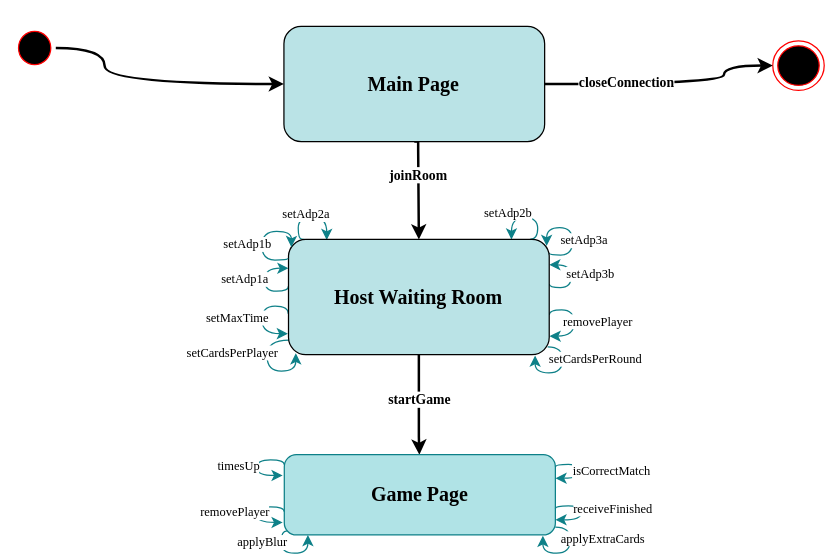
ximenaGdur/Lince-Web-App keeps this draw.io diagram as design/images/automata/automataServer.svg. Above is the earlier version. Source tidied: cells renumbered, new cells last; positions are measured from the earlier drawing's top-left corner, leaving out a move shared by most shapes.
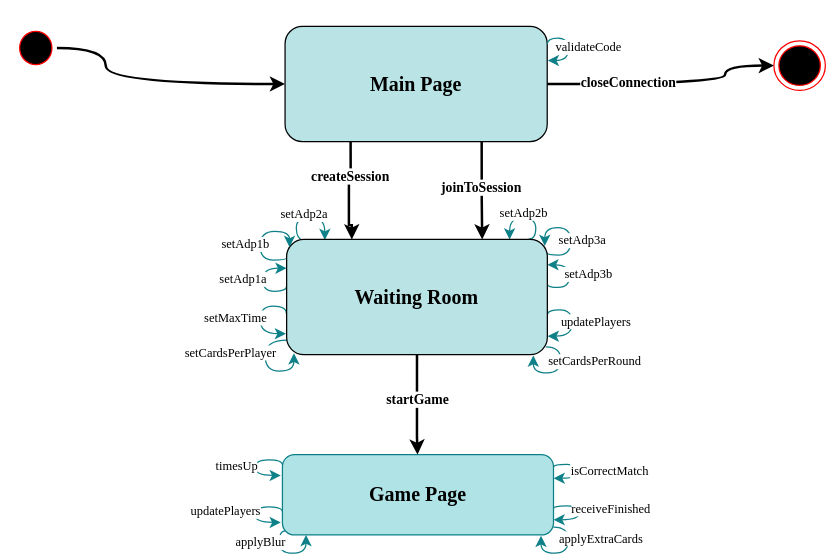
The same file after the commit.

The edit, as a diff of the source:
```diff
@@ -2,13 +2,13 @@
   <root>
     <mxCell id="0" />
     <mxCell id="1" parent="0" />
-    <mxCell id="2" style="rounded=0;jettySize=auto;html=1;exitX=0.5;exitY=1;exitDx=0;exitDy=0;fontFamily=Times New Roman;fontSize=8;edgeStyle=orthogonalEdgeStyle;strokeWidth=2;entryX=0.5;entryY=0;entryDx=0;entryDy=0;" parent="1" edge="1" source="44" target="20">
+    <mxCell id="2" style="rounded=0;jettySize=auto;html=1;exitX=0.25;exitY=1;exitDx=0;exitDy=0;fontFamily=Times New Roman;fontSize=8;edgeStyle=orthogonalEdgeStyle;strokeWidth=2;entryX=0.25;entryY=0;entryDx=0;entryDy=0;" parent="1" edge="1" source="44" target="20">
       <mxGeometry relative="1" as="geometry">
         <Array as="points">
-          <mxPoint x="324" y="110" />
-          <mxPoint x="324" y="110" />
-          <mxPoint x="324" y="120" />
-          <mxPoint x="325" y="120" />
+          <mxPoint x="271" y="140" />
+          <mxPoint x="270" y="140" />
+          <mxPoint x="270" y="180" />
+          <mxPoint x="272" y="180" />
         </Array>
       </mxGeometry>
     </mxCell>
@@ -17,8 +17,10 @@
         <mxPoint x="9" y="88" as="offset" />
       </mxGeometry>
     </mxCell>
-    <mxCell id="4" value="&lt;b&gt;&lt;font face=&quot;Times New Roman&quot;&gt;joinRoom&lt;/font&gt;&lt;/b&gt;" style="edgeLabel;html=1;align=center;verticalAlign=middle;" parent="2" vertex="1">
-      <mxGeometry x="-0.19" y="-1" relative="1" as="geometry" />
+    <mxCell id="4" value="&lt;b&gt;&lt;font face=&quot;Times New Roman&quot;&gt;createSession&lt;/font&gt;&lt;/b&gt;" style="edgeLabel;html=1;align=center;verticalAlign=middle;" parent="2" vertex="1">
+      <mxGeometry x="-0.19" y="-1" relative="1" as="geometry">
+        <mxPoint x="2" y="-4" as="offset" />
+      </mxGeometry>
     </mxCell>
     <mxCell id="5" style="rounded=0;jettySize=auto;html=1;exitX=0.5;exitY=1;exitDx=0;exitDy=0;fontFamily=Times New Roman;fontSize=8;edgeStyle=orthogonalEdgeStyle;strokeWidth=2;entryX=0.5;entryY=0;entryDx=0;entryDy=0;" parent="1" edge="1" source="20" target="31">
       <mxGeometry relative="1" as="geometry">
@@ -112,7 +114,7 @@
       </mxGeometry>
     </mxCell>
     <mxCell id="16" value="&lt;div style=&quot;font-size: 10px;&quot;&gt;setAdp2b&lt;br style=&quot;font-size: 10px;&quot;&gt;&lt;/div&gt;" style="edgeLabel;html=1;align=center;verticalAlign=middle;fontSize=10;fontFamily=Times New Roman;" parent="7" vertex="1">
-      <mxGeometry x="221" as="geometry" />
+      <mxGeometry x="235.2" as="geometry" />
     </mxCell>
     <mxCell id="17" value="setMaxTime" style="edgeLabel;html=1;align=center;verticalAlign=middle;fontSize=10;fontFamily=Times New Roman;labelBackgroundColor=default;" parent="7" vertex="1">
       <mxGeometry x="5" y="86" as="geometry">
@@ -133,10 +135,10 @@
     <mxCell id="19" value="setAdp1a" style="edgeLabel;html=1;align=center;verticalAlign=middle;fontSize=10;fontFamily=Times New Roman;" parent="7" vertex="1">
       <mxGeometry x="10" y="53" as="geometry" />
     </mxCell>
-    <mxCell id="20" value="&lt;font style=&quot;font-size: 16px;&quot;&gt;Host Waiting Room&lt;/font&gt;" style="shape=rect;rounded=1;html=1;whiteSpace=wrap;align=center;fillColor=#BAE3E6;fontFamily=Times New Roman;fontSize=16;fontStyle=1;" parent="7" vertex="1">
+    <mxCell id="20" value="&lt;font style=&quot;font-size: 16px;&quot;&gt;Waiting Room&lt;/font&gt;" style="shape=rect;rounded=1;html=1;whiteSpace=wrap;align=center;fillColor=#BAE3E6;fontFamily=Times New Roman;fontSize=16;fontStyle=1;" parent="7" vertex="1">
       <mxGeometry x="45.2" y="21.5" width="209" height="92.4" as="geometry" />
     </mxCell>
-    <mxCell id="21" value="removePlayer" style="edgeLabel;html=1;align=center;verticalAlign=middle;fontSize=10;fontFamily=Times New Roman;" parent="7" vertex="1">
+    <mxCell id="21" value="updatePlayers" style="edgeLabel;html=1;align=center;verticalAlign=middle;fontSize=10;fontFamily=Times New Roman;" parent="7" vertex="1">
       <mxGeometry x="293" y="87" as="geometry" />
     </mxCell>
     <mxCell id="22" value="&lt;div style=&quot;font-size: 10px;&quot;&gt;&lt;br style=&quot;font-size: 10px;&quot;&gt;&lt;/div&gt;" style="edgeLabel;html=1;align=center;verticalAlign=middle;fontSize=10;fontFamily=Times New Roman;labelBackgroundColor=default;" parent="7" vertex="1">
@@ -180,9 +182,9 @@
         </Array>
       </mxGeometry>
     </mxCell>
-    <mxCell id="29" value="&lt;div style=&quot;font-size: 10px;&quot;&gt;setCardsPerRound&lt;br style=&quot;font-size: 10px;&quot;&gt;&lt;/div&gt;" style="edgeLabel;html=1;align=center;verticalAlign=middle;fontSize=10;fontFamily=Times New Roman;labelBackgroundColor=default;" parent="7" vertex="1">
-      <mxGeometry x="292" y="118.5" as="geometry">
-        <mxPoint x="-1" y="-2" as="offset" />
+    <mxCell id="29" value="&lt;div style=&quot;font-size: 10px;&quot;&gt;&lt;br&gt;&lt;/div&gt;" style="edgeLabel;html=1;align=center;verticalAlign=middle;fontSize=10;fontFamily=Times New Roman;labelBackgroundColor=default;" parent="7" vertex="1">
+      <mxGeometry x="275.2" y="126" as="geometry">
+        <mxPoint x="2" y="-8" as="offset" />
       </mxGeometry>
     </mxCell>
     <mxCell id="30" style="group;" parent="1" vertex="1">
@@ -265,9 +267,9 @@
         </Array>
       </mxGeometry>
     </mxCell>
-    <mxCell id="41" value="removePlayer" style="edgeLabel;html=1;align=center;verticalAlign=middle;fontSize=10;fontFamily=Times New Roman;" parent="30" vertex="1">
+    <mxCell id="41" value="updatePlayers" style="edgeLabel;html=1;align=center;verticalAlign=middle;fontSize=10;fontFamily=Times New Roman;" parent="30" vertex="1">
       <mxGeometry x="5" y="63.1" as="geometry">
-        <mxPoint x="-2" y="-3" as="offset" />
+        <mxPoint x="-8" y="-4" as="offset" />
       </mxGeometry>
     </mxCell>
     <mxCell id="42" value="&lt;span style=&quot;color: rgb(0, 0, 0); font-family: &amp;quot;Times New Roman&amp;quot;; font-size: 10px; font-style: normal; font-variant-ligatures: normal; font-variant-caps: normal; font-weight: 400; letter-spacing: normal; orphans: 2; text-align: center; text-indent: 0px; text-transform: none; widows: 2; word-spacing: 0px; -webkit-text-stroke-width: 0px; background-color: rgb(255, 255, 255); text-decoration-thickness: initial; text-decoration-style: initial; text-decoration-color: initial; float: none; display: inline !important;&quot;&gt;isCorrectMatch&lt;/span&gt;" style="edgeStyle=orthogonalEdgeStyle;curved=1;rounded=0;orthogonalLoop=1;jettySize=auto;html=1;exitX=0.25;exitY=1;exitDx=0;exitDy=0;fontFamily=Times New Roman;fontSize=8;entryX=1.002;entryY=0.726;entryDx=0;entryDy=0;entryPerimeter=0;fillColor=#b0e3e6;strokeColor=#0e8088;" parent="30" edge="1">
@@ -282,10 +284,10 @@
       </mxGeometry>
     </mxCell>
     <mxCell id="43" style="group;" parent="1" vertex="1">
-      <mxGeometry x="-0.4" width="650" height="113" as="geometry" />
+      <mxGeometry x="2" width="650" height="113" as="geometry" />
     </mxCell>
     <mxCell id="44" value="&lt;font style=&quot;font-size: 16px;&quot;&gt;Main Page&lt;/font&gt;" style="shape=rect;rounded=1;html=1;whiteSpace=wrap;align=center;fillColor=#BAE3E6;fontFamily=Times New Roman;fontSize=16;fontStyle=1;" parent="43" vertex="1">
-      <mxGeometry x="216.8" y="20.6" width="209" height="92.4" as="geometry" />
+      <mxGeometry x="216.8" y="20.6" width="210.2" height="92.4" as="geometry" />
     </mxCell>
     <mxCell id="45" style="edgeStyle=orthogonalEdgeStyle;curved=1;rounded=0;jettySize=auto;html=1;exitX=1;exitY=0.5;exitDx=0;exitDy=0;entryX=0;entryY=0.5;entryDx=0;entryDy=0;fontFamily=Times New Roman;fontSize=8;strokeWidth=2;" parent="43" edge="1" source="46" target="44">
       <mxGeometry relative="1" as="geometry">
@@ -317,5 +319,38 @@
     <mxCell id="50" value="&lt;div style=&quot;font-size: 10px;&quot;&gt;&lt;br&gt;&lt;/div&gt;" style="edgeLabel;html=1;align=center;verticalAlign=middle;fontSize=10;fontFamily=Times New Roman;" parent="43" vertex="1">
       <mxGeometry x="181.7" y="92" as="geometry" />
     </mxCell>
+    <mxCell id="51" style="edgeStyle=orthogonalEdgeStyle;curved=1;rounded=0;jettySize=auto;html=1;fontFamily=Times New Roman;fontSize=8;entryX=1.002;entryY=0.293;entryDx=0;entryDy=0;entryPerimeter=0;fillColor=#b0e3e6;strokeColor=#0e8088;" parent="43" edge="1" target="44">
+      <mxGeometry relative="1" as="geometry">
+        <mxPoint x="427" y="35" as="sourcePoint" />
+        <Array as="points">
+          <mxPoint x="427" y="30" />
+          <mxPoint x="444" y="30" />
+          <mxPoint x="444" y="48" />
+          <mxPoint x="427" y="48" />
+        </Array>
+      </mxGeometry>
+    </mxCell>
+    <mxCell id="52" value="validateCode" style="edgeLabel;html=1;align=center;verticalAlign=middle;fontFamily=Times New Roman;fontSize=10;" parent="43" vertex="1">
+      <mxGeometry x="456" y="33" as="geometry">
+        <mxPoint x="4" y="4" as="offset" />
+      </mxGeometry>
+    </mxCell>
+    <mxCell id="53" style="rounded=0;jettySize=auto;html=1;exitX=0.75;exitY=1;exitDx=0;exitDy=0;fontFamily=Times New Roman;fontSize=8;edgeStyle=orthogonalEdgeStyle;strokeWidth=2;entryX=0.75;entryY=0;entryDx=0;entryDy=0;" parent="1" edge="1" source="44" target="20">
+      <mxGeometry relative="1" as="geometry">
+        <Array as="points">
+          <mxPoint x="377" y="113" />
+          <mxPoint x="377" y="160" />
+          <mxPoint x="377" y="160" />
+        </Array>
+      </mxGeometry>
+    </mxCell>
+    <mxCell id="54" value="&lt;font face=&quot;Times New Roman&quot;&gt;&lt;b&gt;joinToSession&lt;/b&gt;&lt;/font&gt;" style="edgeLabel;html=1;align=center;verticalAlign=middle;" parent="53" vertex="1">
+      <mxGeometry x="-0.21" y="-3" relative="1" as="geometry">
+        <mxPoint x="2" y="6" as="offset" />
+      </mxGeometry>
+    </mxCell>
+    <mxCell id="55" value="setCardsPerRound" style="edgeLabel;html=1;align=center;verticalAlign=middle;fontFamily=Times New Roman;fontSize=10;" parent="1" vertex="1">
+      <mxGeometry x="467" y="288.3" as="geometry" />
+    </mxCell>
   </root>
 </mxGraphModel>
```
